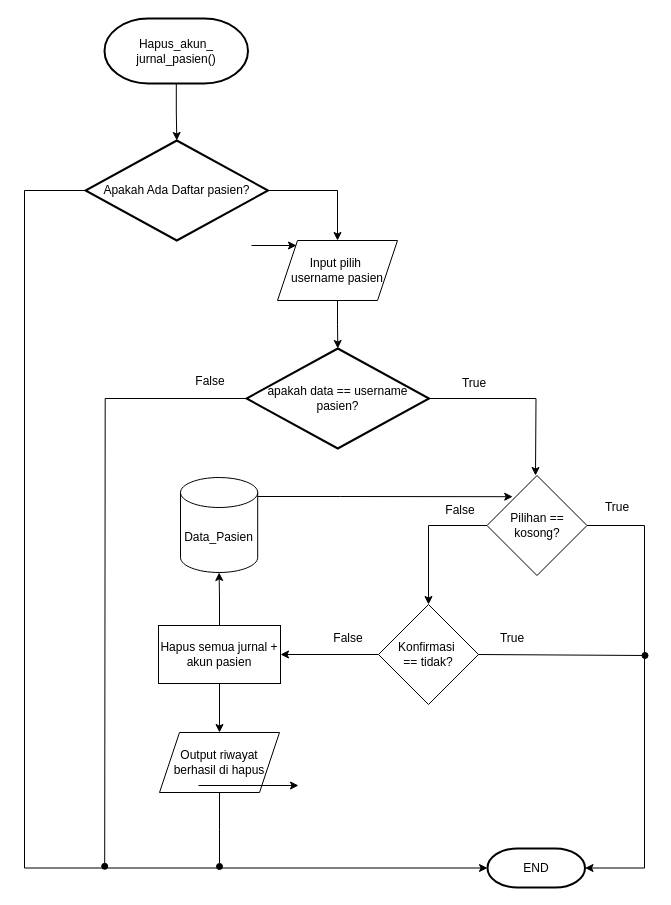
Before: page "Hapus_semua_ data_tidur_pasien()" (15 of 16) of flowchart/semuanyadrawio.drawio in mouriiuu/pa-aplikasi-sleep-monitoring, a draw.io diagram. Source tidied: cells renumbered, new cells numbered last; positions are measured from the earlier drawing's top-left corner, leaving out a move shared by most shapes. Both pictures are drawn from the tidied source at 100%, with x=0, y=0 at pixel (24, 18).
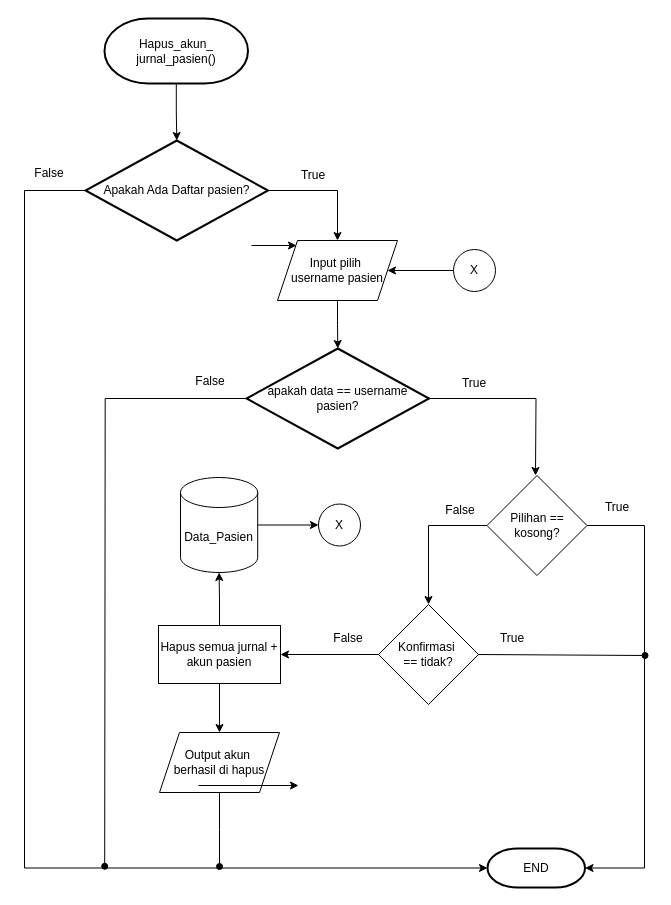
The same diagram, later.

The change refers to these unchanged cells:
```xml
<mxCell id="3" value="Pilihan == kosong?" style="strokeWidth=1;html=1;shape=mxgraph.flowchart.decision;whiteSpace=wrap;" parent="1" vertex="1">
  <mxGeometry x="462.5" y="457" width="100" height="100" as="geometry" />
</mxCell>
<mxCell id="21" value="Data_Pasien" style="shape=cylinder3;whiteSpace=wrap;html=1;boundedLbl=1;backgroundOutline=1;size=15;" parent="1" vertex="1">
  <mxGeometry x="156" y="459" width="77.2" height="95" as="geometry" />
</mxCell>
<mxCell id="29" value="Input pilih&amp;nbsp;&lt;div&gt;username pasien&lt;/div&gt;" style="shape=parallelogram;perimeter=parallelogramPerimeter;whiteSpace=wrap;html=1;fixedSize=1;" parent="1" vertex="1">
  <mxGeometry x="253" y="222" width="120" height="60" as="geometry" />
</mxCell>
```

Diff of the diagram source:
```diff
@@
-    <mxCell id="12" value="Output riwayat berhasil di hapus" style="shape=parallelogram;perimeter=parallelogramPerimeter;whiteSpace=wrap;html=1;fixedSize=1;" parent="1" vertex="1">
+    <mxCell id="12" value="Output akun&amp;nbsp;&lt;div&gt;berhasil di hapus&lt;/div&gt;" style="shape=parallelogram;perimeter=parallelogramPerimeter;whiteSpace=wrap;html=1;fixedSize=1;" parent="1" vertex="1">
       <mxGeometry x="135" y="714" width="120" height="60" as="geometry" />
     </mxCell>
@@
+    <mxCell id="34" style="edgeStyle=orthogonalEdgeStyle;rounded=0;jettySize=auto;html=1;" parent="1" edge="1" source="21" target="39">
+      <mxGeometry relative="1" as="geometry" />
+    </mxCell>
@@
-    <mxCell id="33" style="edgeStyle=orthogonalEdgeStyle;rounded=0;jettySize=auto;html=1;entryX=0.257;entryY=0.212;entryDx=0;entryDy=0;entryPerimeter=0;" parent="1" edge="1" source="21" target="3">
-      <mxGeometry relative="1" as="geometry">
-        <Array as="points">
-          <mxPoint x="316" y="478" />
-          <mxPoint x="316" y="478" />
-        </Array>
-      </mxGeometry>
-    </mxCell>
+    <mxCell id="35" value="True" style="text;html=1;whiteSpace=wrap;align=center;verticalAlign=middle;rounded=0;" parent="1" vertex="1">
+      <mxGeometry x="259" y="142" width="60" height="30" as="geometry" />
+    </mxCell>
+    <mxCell id="36" value="False" style="text;html=1;whiteSpace=wrap;align=center;verticalAlign=middle;rounded=0;" parent="1" vertex="1">
+      <mxGeometry x="-5" y="140" width="60" height="30" as="geometry" />
+    </mxCell>
+    <mxCell id="37" style="edgeStyle=orthogonalEdgeStyle;rounded=0;jettySize=auto;html=1;" parent="1" edge="1" source="38" target="29">
+      <mxGeometry relative="1" as="geometry" />
+    </mxCell>
+    <mxCell id="38" value="X" style="ellipse;whiteSpace=wrap;html=1;" parent="1" vertex="1">
+      <mxGeometry x="429" y="231" width="42" height="42" as="geometry" />
+    </mxCell>
+    <mxCell id="39" value="X" style="ellipse;whiteSpace=wrap;html=1;" parent="1" vertex="1">
+      <mxGeometry x="294" y="485.5" width="42" height="42" as="geometry" />
+    </mxCell>
```
